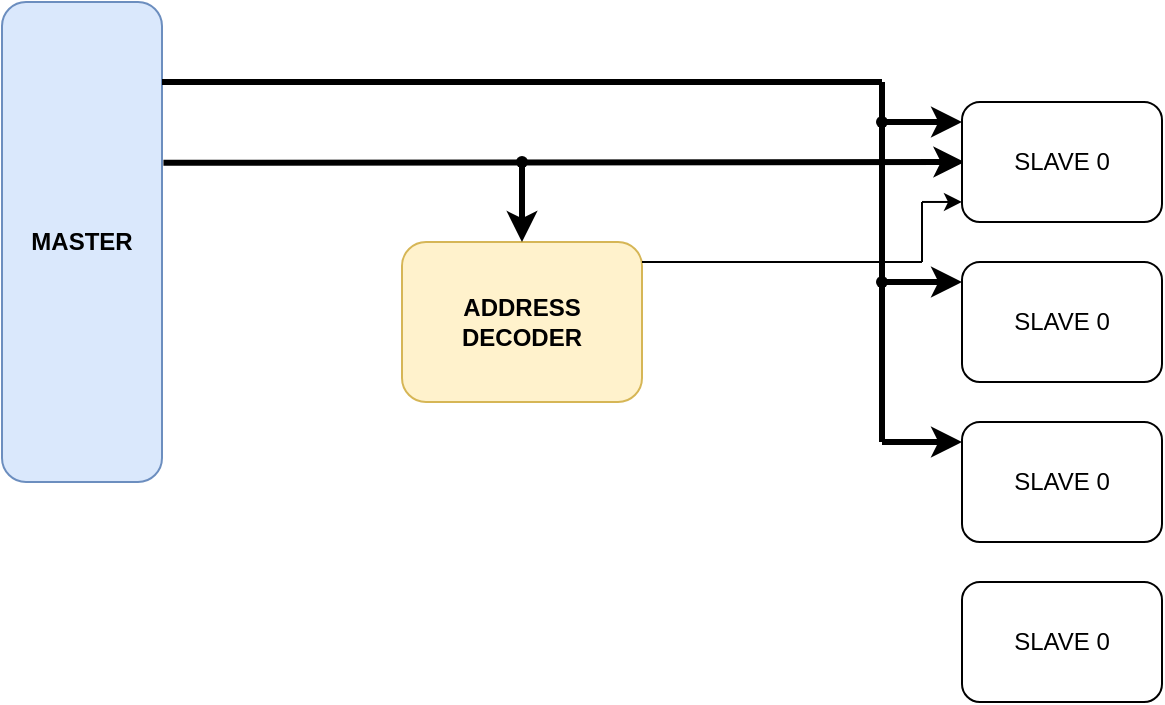
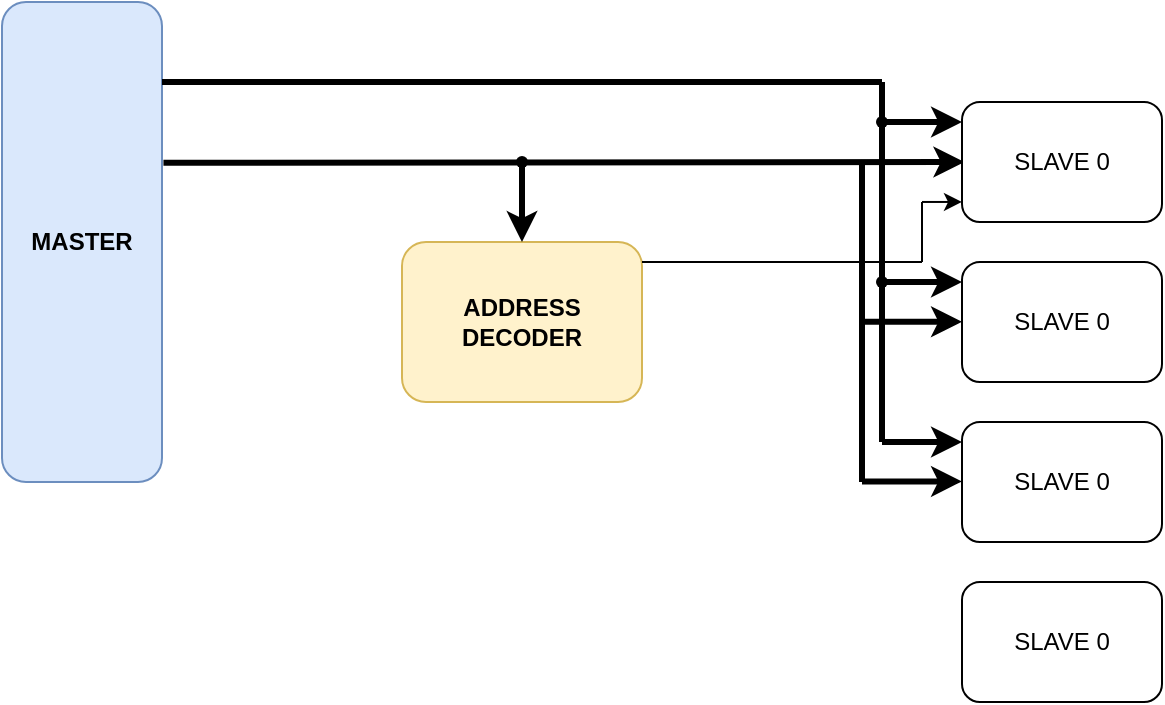
<mxfile host="app.diagrams.net" agent="Mozilla/5.0 (Windows NT 10.0; Win64; x64) AppleWebKit/537.36 (KHTML, like Gecko) Chrome/144.0.0.0 Safari/537.36 Edg/144.0.0.0" pages="4">
  <diagram id="00dOMP4ly3Yvcw6Omt_P" name="AHB Block Diagram">
-     <mxGraphModel dx="147" dy="213" grid="1" gridSize="10" guides="1" tooltips="1" connect="1" arrows="1" fold="1" page="1" pageScale="1" pageWidth="850" pageHeight="1100" math="0" shadow="0">
+     <mxGraphModel dx="212" dy="307" grid="1" gridSize="10" guides="1" tooltips="1" connect="1" arrows="1" fold="1" page="1" pageScale="1" pageWidth="850" pageHeight="1100" math="0" shadow="0">
      <root>
        <mxCell id="0" />
        <mxCell id="1" parent="0" />
        <mxCell id="WVtcaOnAu4kVJNJomXHp-1" parent="1" style="rounded=1;whiteSpace=wrap;html=1;fillColor=#dae8fc;strokeColor=#6c8ebf;" value="&lt;b&gt;MASTER&lt;/b&gt;" vertex="1">
          <mxGeometry height="240" width="80" x="80" y="160" as="geometry" />
        </mxCell>
        <mxCell id="WVtcaOnAu4kVJNJomXHp-3" parent="1" style="rounded=1;whiteSpace=wrap;html=1;fillColor=#fff2cc;strokeColor=#d6b656;" value="&lt;b&gt;ADDRESS DECODER&lt;/b&gt;" vertex="1">
          <mxGeometry height="80" width="120" x="280" y="280" as="geometry" />
        </mxCell>
        <mxCell id="WVtcaOnAu4kVJNJomXHp-4" edge="1" parent="1" source="WVtcaOnAu4kVJNJomXHp-1" style="endArrow=classic;html=1;rounded=0;exitX=1.009;exitY=0.335;exitDx=0;exitDy=0;exitPerimeter=0;strokeWidth=3;" value="">
          <mxGeometry height="50" relative="1" width="50" as="geometry">
            <mxPoint x="170" y="240" as="sourcePoint" />
            <mxPoint x="561.2" y="240" as="targetPoint" />
          </mxGeometry>
        </mxCell>
        <mxCell id="WVtcaOnAu4kVJNJomXHp-5" edge="1" parent="1" source="WVtcaOnAu4kVJNJomXHp-6" style="endArrow=classic;html=1;rounded=0;entryX=0.5;entryY=0;entryDx=0;entryDy=0;strokeWidth=3;" target="WVtcaOnAu4kVJNJomXHp-3" value="">
          <mxGeometry height="50" relative="1" width="50" as="geometry">
            <mxPoint x="340" y="240" as="sourcePoint" />
            <mxPoint x="390" y="190" as="targetPoint" />
          </mxGeometry>
        </mxCell>
        <mxCell id="WVtcaOnAu4kVJNJomXHp-6" parent="1" style="shape=waypoint;sketch=0;fillStyle=solid;size=6;pointerEvents=1;points=[];fillColor=none;resizable=0;rotatable=0;perimeter=centerPerimeter;snapToPoint=1;" value="" vertex="1">
          <mxGeometry height="20" width="20" x="330" y="230" as="geometry" />
        </mxCell>
        <mxCell id="WVtcaOnAu4kVJNJomXHp-7" parent="1" style="rounded=1;whiteSpace=wrap;html=1;" value="SLAVE 0" vertex="1">
          <mxGeometry height="60" width="100" x="560" y="210" as="geometry" />
        </mxCell>
        <mxCell id="WVtcaOnAu4kVJNJomXHp-8" parent="1" style="rounded=1;whiteSpace=wrap;html=1;" value="SLAVE 0" vertex="1">
          <mxGeometry height="60" width="100" x="560" y="290" as="geometry" />
        </mxCell>
        <mxCell id="WVtcaOnAu4kVJNJomXHp-9" parent="1" style="rounded=1;whiteSpace=wrap;html=1;" value="SLAVE 0" vertex="1">
          <mxGeometry height="60" width="100" x="560" y="370" as="geometry" />
        </mxCell>
        <mxCell id="WVtcaOnAu4kVJNJomXHp-10" parent="1" style="rounded=1;whiteSpace=wrap;html=1;" value="SLAVE 0" vertex="1">
          <mxGeometry height="60" width="100" x="560" y="450" as="geometry" />
        </mxCell>
        <mxCell id="WVtcaOnAu4kVJNJomXHp-11" edge="1" parent="1" source="WVtcaOnAu4kVJNJomXHp-3" style="endArrow=none;html=1;rounded=0;exitX=1;exitY=0.125;exitDx=0;exitDy=0;exitPerimeter=0;" value="">
          <mxGeometry height="50" relative="1" width="50" as="geometry">
            <mxPoint x="410" y="290" as="sourcePoint" />
            <mxPoint x="540" y="290" as="targetPoint" />
          </mxGeometry>
        </mxCell>
        <mxCell id="WVtcaOnAu4kVJNJomXHp-12" edge="1" parent="1" style="endArrow=none;html=1;rounded=0;" value="">
          <mxGeometry height="50" relative="1" width="50" as="geometry">
            <mxPoint x="540" y="290" as="sourcePoint" />
            <mxPoint x="540" y="260" as="targetPoint" />
          </mxGeometry>
        </mxCell>
        <mxCell id="WVtcaOnAu4kVJNJomXHp-13" edge="1" parent="1" style="endArrow=classic;html=1;rounded=0;entryX=0;entryY=0.833;entryDx=0;entryDy=0;entryPerimeter=0;" target="WVtcaOnAu4kVJNJomXHp-7" value="">
          <mxGeometry height="50" relative="1" width="50" as="geometry">
            <mxPoint x="540" y="259.98" as="sourcePoint" />
            <mxPoint x="540" y="260" as="targetPoint" />
          </mxGeometry>
        </mxCell>
        <mxCell id="WVtcaOnAu4kVJNJomXHp-18" edge="1" parent="1" style="endArrow=none;html=1;rounded=0;strokeWidth=3;" value="">
          <mxGeometry height="50" relative="1" width="50" as="geometry">
            <mxPoint x="160" y="200" as="sourcePoint" />
            <mxPoint x="520" y="200" as="targetPoint" />
          </mxGeometry>
        </mxCell>
        <mxCell id="WVtcaOnAu4kVJNJomXHp-19" edge="1" parent="1" source="WVtcaOnAu4kVJNJomXHp-25" style="endArrow=none;html=1;rounded=0;strokeWidth=3;" value="">
          <mxGeometry height="50" relative="1" width="50" as="geometry">
            <mxPoint x="520" y="380" as="sourcePoint" />
            <mxPoint x="520" y="200" as="targetPoint" />
          </mxGeometry>
        </mxCell>
        <mxCell id="WVtcaOnAu4kVJNJomXHp-20" edge="1" parent="1" style="endArrow=classic;html=1;rounded=0;entryX=0;entryY=0.167;entryDx=0;entryDy=0;entryPerimeter=0;strokeWidth=3;" target="WVtcaOnAu4kVJNJomXHp-7" value="">
          <mxGeometry height="50" relative="1" width="50" as="geometry">
            <mxPoint x="520" y="220" as="sourcePoint" />
            <mxPoint x="570" y="170" as="targetPoint" />
          </mxGeometry>
        </mxCell>
        <mxCell id="WVtcaOnAu4kVJNJomXHp-22" edge="1" parent="1" style="endArrow=classic;html=1;rounded=0;entryX=0;entryY=0.167;entryDx=0;entryDy=0;entryPerimeter=0;strokeWidth=3;" value="">
          <mxGeometry height="50" relative="1" width="50" as="geometry">
            <mxPoint x="520" y="300" as="sourcePoint" />
            <mxPoint x="560" y="300" as="targetPoint" />
          </mxGeometry>
        </mxCell>
        <mxCell id="WVtcaOnAu4kVJNJomXHp-23" parent="1" style="shape=waypoint;sketch=0;fillStyle=solid;size=6;pointerEvents=1;points=[];fillColor=none;resizable=0;rotatable=0;perimeter=centerPerimeter;snapToPoint=1;" value="" vertex="1">
          <mxGeometry height="20" width="20" x="510" y="210" as="geometry" />
        </mxCell>
        <mxCell id="WVtcaOnAu4kVJNJomXHp-24" edge="1" parent="1" style="endArrow=classic;html=1;rounded=0;entryX=0;entryY=0.167;entryDx=0;entryDy=0;entryPerimeter=0;strokeWidth=3;" value="">
          <mxGeometry height="50" relative="1" width="50" as="geometry">
            <mxPoint x="520" y="380" as="sourcePoint" />
            <mxPoint x="560" y="380" as="targetPoint" />
          </mxGeometry>
        </mxCell>
        <mxCell id="WVtcaOnAu4kVJNJomXHp-26" edge="1" parent="1" style="endArrow=none;html=1;rounded=0;strokeWidth=3;" target="WVtcaOnAu4kVJNJomXHp-25" value="">
          <mxGeometry height="50" relative="1" width="50" as="geometry">
            <mxPoint x="520" y="380" as="sourcePoint" />
            <mxPoint x="520" y="200" as="targetPoint" />
          </mxGeometry>
        </mxCell>
        <mxCell id="WVtcaOnAu4kVJNJomXHp-25" parent="1" style="shape=waypoint;sketch=0;fillStyle=solid;size=6;pointerEvents=1;points=[];fillColor=none;resizable=0;rotatable=0;perimeter=centerPerimeter;snapToPoint=1;" value="" vertex="1">
          <mxGeometry height="20" width="20" x="510" y="290" as="geometry" />
+         </mxCell>
+         <mxCell id="WVtcaOnAu4kVJNJomXHp-27" edge="1" parent="1" style="endArrow=none;html=1;rounded=0;strokeWidth=3;" value="">
+           <mxGeometry height="50" relative="1" width="50" as="geometry">
+             <mxPoint x="510" y="400" as="sourcePoint" />
+             <mxPoint x="510" y="240" as="targetPoint" />
+           </mxGeometry>
+         </mxCell>
+         <mxCell id="WVtcaOnAu4kVJNJomXHp-28" edge="1" parent="1" style="endArrow=classic;html=1;rounded=0;entryX=0;entryY=0.167;entryDx=0;entryDy=0;entryPerimeter=0;strokeWidth=3;" value="">
+           <mxGeometry height="50" relative="1" width="50" as="geometry">
+             <mxPoint x="510" y="399.72" as="sourcePoint" />
+             <mxPoint x="560" y="399.72" as="targetPoint" />
+           </mxGeometry>
+         </mxCell>
+         <mxCell id="WVtcaOnAu4kVJNJomXHp-29" edge="1" parent="1" style="endArrow=classic;html=1;rounded=0;entryX=0;entryY=0.167;entryDx=0;entryDy=0;entryPerimeter=0;strokeWidth=3;" value="">
+           <mxGeometry height="50" relative="1" width="50" as="geometry">
+             <mxPoint x="510" y="319.86" as="sourcePoint" />
+             <mxPoint x="560" y="319.86" as="targetPoint" />
+           </mxGeometry>
        </mxCell>
      </root>
    </mxGraphModel>
  </diagram>
  <diagram name="AHB Interface" id="AxdGKtdG9Rmgfqjtrl1U">
    <mxGraphModel dx="2046" dy="1106" grid="1" gridSize="10" guides="1" tooltips="1" connect="1" arrows="1" fold="1" page="1" pageScale="1" pageWidth="850" pageHeight="1100" math="0" shadow="0">
      <root>
        <mxCell id="0" />
        <mxCell id="1" parent="0" />
        <mxCell id="BZ9neWvH9tw47nREzwFn-1" parent="1" style="rounded=0;whiteSpace=wrap;html=1;" value="&lt;font style=&quot;font-size: 16px;&quot;&gt;&lt;b&gt;Manager&lt;/b&gt;&lt;/font&gt;" vertex="1">
          <mxGeometry height="200" width="120" x="400" y="80" as="geometry" />
        </mxCell>
        <mxCell id="BZ9neWvH9tw47nREzwFn-2" edge="1" parent="1" style="endArrow=classic;html=1;rounded=0;" value="">
          <mxGeometry height="50" relative="1" width="50" as="geometry">
            <mxPoint x="360" y="100" as="sourcePoint" />
            <mxPoint x="400" y="100" as="targetPoint" />
          </mxGeometry>
        </mxCell>
        <mxCell id="BZ9neWvH9tw47nREzwFn-3" edge="1" parent="1" style="endArrow=classic;html=1;rounded=0;" value="">
          <mxGeometry height="50" relative="1" width="50" as="geometry">
            <mxPoint x="360" y="120" as="sourcePoint" />
            <mxPoint x="400" y="120" as="targetPoint" />
          </mxGeometry>
        </mxCell>
        <mxCell id="BZ9neWvH9tw47nREzwFn-4" parent="1" style="text;html=1;whiteSpace=wrap;strokeColor=none;fillColor=none;align=center;verticalAlign=middle;rounded=0;fontStyle=1" value="HCLK" vertex="1">
          <mxGeometry height="20" width="40" x="320" y="90" as="geometry" />
        </mxCell>
        <mxCell id="BZ9neWvH9tw47nREzwFn-5" parent="1" style="text;html=1;whiteSpace=wrap;strokeColor=none;fillColor=none;align=center;verticalAlign=middle;rounded=0;fontStyle=1" value="HRESETn" vertex="1">
          <mxGeometry height="20" width="60" x="300" y="110" as="geometry" />
        </mxCell>
        <mxCell id="BZ9neWvH9tw47nREzwFn-6" parent="1" style="text;html=1;whiteSpace=wrap;strokeColor=none;fillColor=none;align=center;verticalAlign=middle;rounded=0;fontStyle=1" value="HREADY" vertex="1">
          <mxGeometry height="20" width="60" x="300" y="150" as="geometry" />
        </mxCell>
        <mxCell id="BZ9neWvH9tw47nREzwFn-7" edge="1" parent="1" style="endArrow=classic;html=1;rounded=0;" value="">
          <mxGeometry height="50" relative="1" width="50" as="geometry">
            <mxPoint x="360" y="160" as="sourcePoint" />
            <mxPoint x="400" y="160" as="targetPoint" />
          </mxGeometry>
        </mxCell>
        <mxCell id="BZ9neWvH9tw47nREzwFn-8" edge="1" parent="1" style="endArrow=classic;html=1;rounded=0;" value="">
          <mxGeometry height="50" relative="1" width="50" as="geometry">
            <mxPoint x="360" y="180" as="sourcePoint" />
            <mxPoint x="400" y="180" as="targetPoint" />
          </mxGeometry>
        </mxCell>
        <mxCell id="BZ9neWvH9tw47nREzwFn-9" parent="1" style="text;html=1;whiteSpace=wrap;strokeColor=none;fillColor=none;align=center;verticalAlign=middle;rounded=0;fontStyle=1" value="HSELx" vertex="1">
          <mxGeometry height="20" width="60" x="310" y="430" as="geometry" />
        </mxCell>
        <mxCell id="BZ9neWvH9tw47nREzwFn-10" edge="1" parent="1" style="endArrow=classic;html=1;rounded=0;" value="">
          <mxGeometry height="50" relative="1" width="50" as="geometry">
            <mxPoint x="360" y="260" as="sourcePoint" />
            <mxPoint x="400" y="260" as="targetPoint" />
          </mxGeometry>
        </mxCell>
        <mxCell id="BZ9neWvH9tw47nREzwFn-11" parent="1" style="text;html=1;whiteSpace=wrap;strokeColor=none;fillColor=none;align=center;verticalAlign=middle;rounded=0;fontStyle=1" value="HRDATA[31:0]" vertex="1">
          <mxGeometry height="20" width="90" x="270" y="250" as="geometry" />
        </mxCell>
        <mxCell id="BZ9neWvH9tw47nREzwFn-12" edge="1" parent="1" style="endArrow=classic;html=1;rounded=0;" value="">
          <mxGeometry height="50" relative="1" width="50" as="geometry">
            <mxPoint x="520" y="99.83" as="sourcePoint" />
            <mxPoint x="560" y="99.83" as="targetPoint" />
          </mxGeometry>
        </mxCell>
        <mxCell id="BZ9neWvH9tw47nREzwFn-13" edge="1" parent="1" style="endArrow=classic;html=1;rounded=0;" value="">
          <mxGeometry height="50" relative="1" width="50" as="geometry">
            <mxPoint x="520" y="119.83" as="sourcePoint" />
            <mxPoint x="560" y="119.83" as="targetPoint" />
          </mxGeometry>
        </mxCell>
        <mxCell id="BZ9neWvH9tw47nREzwFn-14" edge="1" parent="1" style="endArrow=classic;html=1;rounded=0;" value="">
          <mxGeometry height="50" relative="1" width="50" as="geometry">
            <mxPoint x="520" y="159.83" as="sourcePoint" />
            <mxPoint x="560" y="159.83" as="targetPoint" />
          </mxGeometry>
        </mxCell>
        <mxCell id="BZ9neWvH9tw47nREzwFn-15" edge="1" parent="1" style="endArrow=classic;html=1;rounded=0;" value="">
          <mxGeometry height="50" relative="1" width="50" as="geometry">
            <mxPoint x="520" y="140" as="sourcePoint" />
            <mxPoint x="560" y="140" as="targetPoint" />
          </mxGeometry>
        </mxCell>
        <mxCell id="BZ9neWvH9tw47nREzwFn-16" edge="1" parent="1" style="endArrow=classic;html=1;rounded=0;" value="">
          <mxGeometry height="50" relative="1" width="50" as="geometry">
            <mxPoint x="520" y="179.83" as="sourcePoint" />
            <mxPoint x="560" y="179.83" as="targetPoint" />
          </mxGeometry>
        </mxCell>
        <mxCell id="BZ9neWvH9tw47nREzwFn-17" edge="1" parent="1" style="endArrow=classic;html=1;rounded=0;" value="">
          <mxGeometry height="50" relative="1" width="50" as="geometry">
            <mxPoint x="520" y="200" as="sourcePoint" />
            <mxPoint x="560" y="200" as="targetPoint" />
          </mxGeometry>
        </mxCell>
        <mxCell id="BZ9neWvH9tw47nREzwFn-18" parent="1" style="text;html=1;whiteSpace=wrap;strokeColor=none;fillColor=none;align=center;verticalAlign=middle;rounded=0;fontStyle=1" value="HADDR[31:0]" vertex="1">
          <mxGeometry height="20" width="80" x="560" y="90" as="geometry" />
        </mxCell>
        <mxCell id="BZ9neWvH9tw47nREzwFn-19" parent="1" style="text;html=1;whiteSpace=wrap;strokeColor=none;fillColor=none;align=center;verticalAlign=middle;rounded=0;fontStyle=1" value="HWRITE" vertex="1">
          <mxGeometry height="20" width="60" x="560" y="110" as="geometry" />
        </mxCell>
        <mxCell id="BZ9neWvH9tw47nREzwFn-20" parent="1" style="text;html=1;whiteSpace=wrap;strokeColor=none;fillColor=none;align=center;verticalAlign=middle;rounded=0;fontStyle=1" value="HSIZE[2:0]" vertex="1">
          <mxGeometry height="20" width="70" x="560" y="130" as="geometry" />
        </mxCell>
        <mxCell id="BZ9neWvH9tw47nREzwFn-21" parent="1" style="text;html=1;whiteSpace=wrap;strokeColor=none;fillColor=none;align=center;verticalAlign=middle;rounded=0;fontStyle=1" value="HBURST[2:0]" vertex="1">
          <mxGeometry height="20" width="80" x="560" y="150" as="geometry" />
        </mxCell>
        <mxCell id="BZ9neWvH9tw47nREzwFn-22" parent="1" style="text;html=1;whiteSpace=wrap;strokeColor=none;fillColor=none;align=center;verticalAlign=middle;rounded=0;fontStyle=1" value="HPROT[3:0]" vertex="1">
          <mxGeometry height="20" width="80" x="560" y="170" as="geometry" />
        </mxCell>
        <mxCell id="BZ9neWvH9tw47nREzwFn-23" parent="1" style="text;html=1;whiteSpace=wrap;strokeColor=none;fillColor=none;align=center;verticalAlign=middle;rounded=0;fontStyle=1" value="HTRANS[1:0]" vertex="1">
          <mxGeometry height="20" width="80" x="560" y="190" as="geometry" />
        </mxCell>
        <mxCell id="BZ9neWvH9tw47nREzwFn-24" edge="1" parent="1" style="endArrow=classic;html=1;rounded=0;" value="">
          <mxGeometry height="50" relative="1" width="50" as="geometry">
            <mxPoint x="520" y="220" as="sourcePoint" />
            <mxPoint x="560" y="220" as="targetPoint" />
          </mxGeometry>
        </mxCell>
        <mxCell id="BZ9neWvH9tw47nREzwFn-25" parent="1" style="text;html=1;whiteSpace=wrap;strokeColor=none;fillColor=none;align=center;verticalAlign=middle;rounded=0;fontStyle=1" value="HMASTLOCK" vertex="1">
          <mxGeometry height="20" width="80" x="560" y="210" as="geometry" />
        </mxCell>
        <mxCell id="BZ9neWvH9tw47nREzwFn-26" edge="1" parent="1" style="endArrow=classic;html=1;rounded=0;" value="">
          <mxGeometry height="50" relative="1" width="50" as="geometry">
            <mxPoint x="520" y="259.8" as="sourcePoint" />
            <mxPoint x="560" y="259.8" as="targetPoint" />
          </mxGeometry>
        </mxCell>
        <mxCell id="BZ9neWvH9tw47nREzwFn-30" parent="1" style="text;html=1;whiteSpace=wrap;strokeColor=none;fillColor=none;align=center;verticalAlign=middle;rounded=0;fontStyle=1" value="HWDATA[31:0]" vertex="1">
          <mxGeometry height="20" width="95" x="555" y="250" as="geometry" />
        </mxCell>
        <mxCell id="BZ9neWvH9tw47nREzwFn-31" parent="1" style="rounded=0;whiteSpace=wrap;html=1;" value="&lt;font style=&quot;font-size: 16px;&quot;&gt;&lt;b&gt;Slave&lt;/b&gt;&lt;/font&gt;" vertex="1">
          <mxGeometry height="320" width="120" x="400" y="360" as="geometry" />
        </mxCell>
        <mxCell id="BZ9neWvH9tw47nREzwFn-32" edge="1" parent="1" style="endArrow=classic;html=1;rounded=0;" value="">
          <mxGeometry height="50" relative="1" width="50" as="geometry">
            <mxPoint x="360" y="489.83" as="sourcePoint" />
            <mxPoint x="400" y="489.83" as="targetPoint" />
          </mxGeometry>
        </mxCell>
        <mxCell id="BZ9neWvH9tw47nREzwFn-33" edge="1" parent="1" style="endArrow=classic;html=1;rounded=0;" value="">
          <mxGeometry height="50" relative="1" width="50" as="geometry">
            <mxPoint x="360" y="509.83" as="sourcePoint" />
            <mxPoint x="400" y="509.83" as="targetPoint" />
          </mxGeometry>
        </mxCell>
        <mxCell id="BZ9neWvH9tw47nREzwFn-34" edge="1" parent="1" style="endArrow=classic;html=1;rounded=0;" value="">
          <mxGeometry height="50" relative="1" width="50" as="geometry">
            <mxPoint x="360" y="549.83" as="sourcePoint" />
            <mxPoint x="400" y="549.83" as="targetPoint" />
          </mxGeometry>
        </mxCell>
        <mxCell id="BZ9neWvH9tw47nREzwFn-35" edge="1" parent="1" style="endArrow=classic;html=1;rounded=0;" value="">
          <mxGeometry height="50" relative="1" width="50" as="geometry">
            <mxPoint x="360" y="530" as="sourcePoint" />
            <mxPoint x="400" y="530" as="targetPoint" />
          </mxGeometry>
        </mxCell>
        <mxCell id="BZ9neWvH9tw47nREzwFn-36" edge="1" parent="1" style="endArrow=classic;html=1;rounded=0;" value="">
          <mxGeometry height="50" relative="1" width="50" as="geometry">
            <mxPoint x="360" y="569.83" as="sourcePoint" />
            <mxPoint x="400" y="569.83" as="targetPoint" />
          </mxGeometry>
        </mxCell>
        <mxCell id="BZ9neWvH9tw47nREzwFn-37" edge="1" parent="1" style="endArrow=classic;html=1;rounded=0;" value="">
          <mxGeometry height="50" relative="1" width="50" as="geometry">
            <mxPoint x="360" y="590" as="sourcePoint" />
            <mxPoint x="400" y="590" as="targetPoint" />
          </mxGeometry>
        </mxCell>
        <mxCell id="BZ9neWvH9tw47nREzwFn-38" parent="1" style="text;html=1;whiteSpace=wrap;strokeColor=none;fillColor=none;align=center;verticalAlign=middle;rounded=0;fontStyle=1" value="HADDR[31:0]" vertex="1">
          <mxGeometry height="20" width="80" x="275" y="480" as="geometry" />
        </mxCell>
        <mxCell id="BZ9neWvH9tw47nREzwFn-39" parent="1" style="text;html=1;whiteSpace=wrap;strokeColor=none;fillColor=none;align=center;verticalAlign=middle;rounded=0;fontStyle=1" value="HWRITE" vertex="1">
          <mxGeometry height="20" width="60" x="275" y="500" as="geometry" />
        </mxCell>
        <mxCell id="BZ9neWvH9tw47nREzwFn-40" parent="1" style="text;html=1;whiteSpace=wrap;strokeColor=none;fillColor=none;align=center;verticalAlign=middle;rounded=0;fontStyle=1" value="HSIZE[2:0]" vertex="1">
          <mxGeometry height="20" width="70" x="275" y="520" as="geometry" />
        </mxCell>
        <mxCell id="BZ9neWvH9tw47nREzwFn-41" parent="1" style="text;html=1;whiteSpace=wrap;strokeColor=none;fillColor=none;align=center;verticalAlign=middle;rounded=0;fontStyle=1" value="HBURST[2:0]" vertex="1">
          <mxGeometry height="20" width="80" x="275" y="540" as="geometry" />
        </mxCell>
        <mxCell id="BZ9neWvH9tw47nREzwFn-42" parent="1" style="text;html=1;whiteSpace=wrap;strokeColor=none;fillColor=none;align=center;verticalAlign=middle;rounded=0;fontStyle=1" value="HPROT[3:0]" vertex="1">
          <mxGeometry height="20" width="80" x="275" y="560" as="geometry" />
        </mxCell>
        <mxCell id="BZ9neWvH9tw47nREzwFn-43" parent="1" style="text;html=1;whiteSpace=wrap;strokeColor=none;fillColor=none;align=center;verticalAlign=middle;rounded=0;fontStyle=1" value="HTRANS[1:0]" vertex="1">
          <mxGeometry height="20" width="80" x="275" y="580" as="geometry" />
        </mxCell>
        <mxCell id="BZ9neWvH9tw47nREzwFn-44" edge="1" parent="1" style="endArrow=classic;html=1;rounded=0;" value="">
          <mxGeometry height="50" relative="1" width="50" as="geometry">
            <mxPoint x="360" y="610" as="sourcePoint" />
            <mxPoint x="400" y="610" as="targetPoint" />
          </mxGeometry>
        </mxCell>
        <mxCell id="BZ9neWvH9tw47nREzwFn-45" parent="1" style="text;html=1;whiteSpace=wrap;strokeColor=none;fillColor=none;align=center;verticalAlign=middle;rounded=0;fontStyle=1" value="HMASTLOCK" vertex="1">
          <mxGeometry height="20" width="80" x="275" y="600" as="geometry" />
        </mxCell>
        <mxCell id="BZ9neWvH9tw47nREzwFn-46" edge="1" parent="1" style="endArrow=classic;html=1;rounded=0;" value="">
          <mxGeometry height="50" relative="1" width="50" as="geometry">
            <mxPoint x="360" y="649.8" as="sourcePoint" />
            <mxPoint x="400" y="649.8" as="targetPoint" />
          </mxGeometry>
        </mxCell>
        <mxCell id="BZ9neWvH9tw47nREzwFn-47" parent="1" style="text;html=1;whiteSpace=wrap;strokeColor=none;fillColor=none;align=center;verticalAlign=middle;rounded=0;fontStyle=1" value="HWDATA[31:0]" vertex="1">
          <mxGeometry height="20" width="95" x="270" y="640" as="geometry" />
        </mxCell>
        <mxCell id="BZ9neWvH9tw47nREzwFn-49" edge="1" parent="1" style="endArrow=classic;html=1;rounded=0;" value="">
          <mxGeometry height="50" relative="1" width="50" as="geometry">
            <mxPoint x="360" y="380" as="sourcePoint" />
            <mxPoint x="400" y="380" as="targetPoint" />
          </mxGeometry>
        </mxCell>
        <mxCell id="BZ9neWvH9tw47nREzwFn-50" edge="1" parent="1" style="endArrow=classic;html=1;rounded=0;" value="">
          <mxGeometry height="50" relative="1" width="50" as="geometry">
            <mxPoint x="360" y="400" as="sourcePoint" />
            <mxPoint x="400" y="400" as="targetPoint" />
          </mxGeometry>
        </mxCell>
        <mxCell id="BZ9neWvH9tw47nREzwFn-51" edge="1" parent="1" style="endArrow=classic;html=1;rounded=0;" value="">
          <mxGeometry height="50" relative="1" width="50" as="geometry">
            <mxPoint x="360" y="440" as="sourcePoint" />
            <mxPoint x="400" y="440" as="targetPoint" />
          </mxGeometry>
        </mxCell>
        <mxCell id="BZ9neWvH9tw47nREzwFn-52" parent="1" style="text;html=1;whiteSpace=wrap;strokeColor=none;fillColor=none;align=center;verticalAlign=middle;rounded=0;fontStyle=1" value="HCLK" vertex="1">
          <mxGeometry height="20" width="40" x="320" y="370" as="geometry" />
        </mxCell>
        <mxCell id="BZ9neWvH9tw47nREzwFn-53" parent="1" style="text;html=1;whiteSpace=wrap;strokeColor=none;fillColor=none;align=center;verticalAlign=middle;rounded=0;fontStyle=1" value="HRESETn" vertex="1">
          <mxGeometry height="20" width="60" x="300" y="390" as="geometry" />
        </mxCell>
        <mxCell id="BZ9neWvH9tw47nREzwFn-54" parent="1" style="shape=curlyBracket;whiteSpace=wrap;html=1;rounded=1;labelPosition=left;verticalLabelPosition=middle;align=right;verticalAlign=middle;" value="" vertex="1">
          <mxGeometry height="35" width="20" x="230" y="90" as="geometry" />
        </mxCell>
        <mxCell id="BZ9neWvH9tw47nREzwFn-55" parent="1" style="text;html=1;whiteSpace=wrap;strokeColor=none;fillColor=none;align=center;verticalAlign=middle;rounded=0;fontStyle=1" value="HRESP" vertex="1">
          <mxGeometry height="20" width="60" x="300" y="170" as="geometry" />
        </mxCell>
        <mxCell id="BZ9neWvH9tw47nREzwFn-56" parent="1" style="shape=curlyBracket;whiteSpace=wrap;html=1;rounded=1;labelPosition=left;verticalLabelPosition=middle;align=right;verticalAlign=middle;" value="" vertex="1">
          <mxGeometry height="140" width="20" x="230" y="480" as="geometry" />
        </mxCell>
        <mxCell id="BZ9neWvH9tw47nREzwFn-57" parent="1" style="shape=curlyBracket;whiteSpace=wrap;html=1;rounded=1;labelPosition=left;verticalLabelPosition=middle;align=right;verticalAlign=middle;rotation=-180;" value="" vertex="1">
          <mxGeometry height="135" width="20" x="650" y="90" as="geometry" />
        </mxCell>
        <mxCell id="BZ9neWvH9tw47nREzwFn-58" parent="1" style="text;html=1;whiteSpace=wrap;strokeColor=none;fillColor=none;align=center;verticalAlign=middle;rounded=0;fontStyle=1" value="&lt;span style=&quot;font-weight: normal;&quot;&gt;Global signals&lt;/span&gt;" vertex="1">
          <mxGeometry height="20" width="90" x="140" y="97.5" as="geometry" />
        </mxCell>
        <mxCell id="BZ9neWvH9tw47nREzwFn-59" parent="1" style="text;html=1;whiteSpace=wrap;strokeColor=none;fillColor=none;align=center;verticalAlign=middle;rounded=0;fontStyle=1" value="&lt;span style=&quot;font-weight: normal;&quot;&gt;Transfer response&lt;/span&gt;" vertex="1">
          <mxGeometry height="20" width="60" x="170" y="157.5" as="geometry" />
        </mxCell>
        <mxCell id="BZ9neWvH9tw47nREzwFn-60" parent="1" style="text;html=1;whiteSpace=wrap;strokeColor=none;fillColor=none;align=center;verticalAlign=middle;rounded=0;fontStyle=1" value="&lt;span style=&quot;font-weight: normal;&quot;&gt;Data&lt;/span&gt;" vertex="1">
          <mxGeometry height="20" width="60" x="170" y="250" as="geometry" />
        </mxCell>
        <mxCell id="BZ9neWvH9tw47nREzwFn-61" parent="1" style="text;html=1;whiteSpace=wrap;strokeColor=none;fillColor=none;align=center;verticalAlign=middle;rounded=0;fontStyle=1" value="&lt;span style=&quot;font-weight: normal;&quot;&gt;Address and control signals&lt;/span&gt;" vertex="1">
          <mxGeometry height="37.5" width="90" x="670" y="140" as="geometry" />
        </mxCell>
        <mxCell id="BZ9neWvH9tw47nREzwFn-62" parent="1" style="shape=curlyBracket;whiteSpace=wrap;html=1;rounded=1;labelPosition=left;verticalLabelPosition=middle;align=right;verticalAlign=middle;" value="" vertex="1">
          <mxGeometry height="35" width="20" x="230" y="150" as="geometry" />
        </mxCell>
        <mxCell id="BZ9neWvH9tw47nREzwFn-63" parent="1" style="text;html=1;whiteSpace=wrap;strokeColor=none;fillColor=none;align=center;verticalAlign=middle;rounded=0;fontStyle=1" value="&lt;span style=&quot;font-weight: normal;&quot;&gt;Address and control signals&lt;/span&gt;" vertex="1">
          <mxGeometry height="37.5" width="90" x="140" y="531" as="geometry" />
        </mxCell>
        <mxCell id="BZ9neWvH9tw47nREzwFn-64" parent="1" style="shape=curlyBracket;whiteSpace=wrap;html=1;rounded=1;labelPosition=left;verticalLabelPosition=middle;align=right;verticalAlign=middle;" value="" vertex="1">
          <mxGeometry height="35" width="20" x="230" y="375" as="geometry" />
        </mxCell>
        <mxCell id="BZ9neWvH9tw47nREzwFn-65" parent="1" style="text;html=1;whiteSpace=wrap;strokeColor=none;fillColor=none;align=center;verticalAlign=middle;rounded=0;fontStyle=1" value="&lt;span style=&quot;font-weight: normal;&quot;&gt;Global signals&lt;/span&gt;" vertex="1">
          <mxGeometry height="20" width="90" x="140" y="382.5" as="geometry" />
        </mxCell>
        <mxCell id="BZ9neWvH9tw47nREzwFn-66" parent="1" style="text;html=1;whiteSpace=wrap;strokeColor=none;fillColor=none;align=center;verticalAlign=middle;rounded=0;fontStyle=1" value="&lt;span style=&quot;font-weight: normal;&quot;&gt;Data&lt;/span&gt;" vertex="1">
          <mxGeometry height="20" width="60" x="670" y="250" as="geometry" />
        </mxCell>
        <mxCell id="BZ9neWvH9tw47nREzwFn-67" edge="1" parent="1" style="endArrow=classic;html=1;rounded=0;" value="">
          <mxGeometry height="50" relative="1" width="50" as="geometry">
            <mxPoint x="520" y="490" as="sourcePoint" />
            <mxPoint x="560" y="490" as="targetPoint" />
          </mxGeometry>
        </mxCell>
        <mxCell id="BZ9neWvH9tw47nREzwFn-68" edge="1" parent="1" style="endArrow=classic;html=1;rounded=0;" value="">
          <mxGeometry height="50" relative="1" width="50" as="geometry">
            <mxPoint x="520" y="510" as="sourcePoint" />
            <mxPoint x="560" y="510" as="targetPoint" />
          </mxGeometry>
        </mxCell>
        <mxCell id="BZ9neWvH9tw47nREzwFn-69" parent="1" style="text;html=1;whiteSpace=wrap;strokeColor=none;fillColor=none;align=center;verticalAlign=middle;rounded=0;fontStyle=1" value="HREADY" vertex="1">
          <mxGeometry height="20" width="60" x="560" y="480" as="geometry" />
        </mxCell>
        <mxCell id="BZ9neWvH9tw47nREzwFn-70" parent="1" style="text;html=1;whiteSpace=wrap;strokeColor=none;fillColor=none;align=center;verticalAlign=middle;rounded=0;fontStyle=1" value="HRESP" vertex="1">
          <mxGeometry height="20" width="60" x="560" y="500" as="geometry" />
        </mxCell>
        <mxCell id="BZ9neWvH9tw47nREzwFn-71" edge="1" parent="1" style="endArrow=classic;html=1;rounded=0;" value="">
          <mxGeometry height="50" relative="1" width="50" as="geometry">
            <mxPoint x="520" y="649.6600000000001" as="sourcePoint" />
            <mxPoint x="560" y="649.6600000000001" as="targetPoint" />
          </mxGeometry>
        </mxCell>
        <mxCell id="BZ9neWvH9tw47nREzwFn-72" parent="1" style="text;html=1;whiteSpace=wrap;strokeColor=none;fillColor=none;align=center;verticalAlign=middle;rounded=0;fontStyle=1" value="HRDATA[31:0]" vertex="1">
          <mxGeometry height="20" width="90" x="560" y="640" as="geometry" />
        </mxCell>
        <mxCell id="BZ9neWvH9tw47nREzwFn-73" parent="1" style="text;html=1;whiteSpace=wrap;strokeColor=none;fillColor=none;align=center;verticalAlign=middle;rounded=0;fontStyle=1" value="&lt;span style=&quot;font-weight: normal;&quot;&gt;Data&lt;/span&gt;" vertex="1">
          <mxGeometry height="20" width="60" x="155" y="640" as="geometry" />
        </mxCell>
        <mxCell id="BZ9neWvH9tw47nREzwFn-74" parent="1" style="text;html=1;whiteSpace=wrap;strokeColor=none;fillColor=none;align=center;verticalAlign=middle;rounded=0;fontStyle=1" value="&lt;span style=&quot;font-weight: normal;&quot;&gt;Data&lt;/span&gt;" vertex="1">
          <mxGeometry height="20" width="50" x="675" y="640" as="geometry" />
        </mxCell>
        <mxCell id="BZ9neWvH9tw47nREzwFn-75" parent="1" style="text;html=1;whiteSpace=wrap;strokeColor=none;fillColor=none;align=center;verticalAlign=middle;rounded=0;fontStyle=1" value="&lt;span style=&quot;font-weight: normal;&quot;&gt;Transfer response&lt;/span&gt;" vertex="1">
          <mxGeometry height="20" width="60" x="670" y="487.5" as="geometry" />
        </mxCell>
        <mxCell id="BZ9neWvH9tw47nREzwFn-76" parent="1" style="shape=curlyBracket;whiteSpace=wrap;html=1;rounded=1;labelPosition=left;verticalLabelPosition=middle;align=right;verticalAlign=middle;rotation=-180;" value="" vertex="1">
          <mxGeometry height="35" width="20" x="640" y="480" as="geometry" />
        </mxCell>
        <mxCell id="BZ9neWvH9tw47nREzwFn-77" parent="1" style="text;html=1;whiteSpace=wrap;strokeColor=none;fillColor=none;align=center;verticalAlign=middle;rounded=0;fontStyle=1" value="&lt;span style=&quot;font-weight: normal;&quot;&gt;Select signal&lt;/span&gt;" vertex="1">
          <mxGeometry height="20" width="90" x="140" y="430" as="geometry" />
        </mxCell>
      </root>
    </mxGraphModel>
  </diagram>
  <diagram id="Hd4ECfvz_bm4RMetZK8C" name="Master Interface">
    <mxGraphModel dx="764" dy="1105" grid="1" gridSize="10" guides="1" tooltips="1" connect="1" arrows="1" fold="1" page="1" pageScale="1" pageWidth="850" pageHeight="1100" math="0" shadow="0">
      <root>
        <mxCell id="0" />
        <mxCell id="1" parent="0" />
      </root>
    </mxGraphModel>
  </diagram>
  <diagram id="AYzUWjTrgIps4r00h7mQ" name="Master FSM">
    <mxGraphModel dx="437" dy="631" grid="1" gridSize="10" guides="1" tooltips="1" connect="1" arrows="1" fold="1" page="1" pageScale="1" pageWidth="850" pageHeight="1100" math="0" shadow="0">
      <root>
        <mxCell id="0" />
        <mxCell id="1" parent="0" />
        <mxCell id="gUlQ52oibdo8bB1fHUDe-6" edge="1" parent="1" source="gUlQ52oibdo8bB1fHUDe-1" style="edgeStyle=orthogonalEdgeStyle;rounded=0;orthogonalLoop=1;jettySize=auto;html=1;exitX=1;exitY=0.5;exitDx=0;exitDy=0;entryX=0;entryY=0.5;entryDx=0;entryDy=0;" target="gUlQ52oibdo8bB1fHUDe-2">
          <mxGeometry relative="1" as="geometry" />
        </mxCell>
        <mxCell id="gUlQ52oibdo8bB1fHUDe-8" edge="1" parent="1" source="gUlQ52oibdo8bB1fHUDe-1" style="edgeStyle=orthogonalEdgeStyle;rounded=0;orthogonalLoop=1;jettySize=auto;html=1;entryX=0.5;entryY=0;entryDx=0;entryDy=0;" target="gUlQ52oibdo8bB1fHUDe-5">
          <mxGeometry relative="1" as="geometry" />
        </mxCell>
        <mxCell id="gUlQ52oibdo8bB1fHUDe-1" parent="1" style="ellipse;whiteSpace=wrap;html=1;" value="IDLE" vertex="1">
          <mxGeometry height="80" width="120" x="200" y="200" as="geometry" />
        </mxCell>
        <mxCell id="gUlQ52oibdo8bB1fHUDe-7" edge="1" parent="1" source="gUlQ52oibdo8bB1fHUDe-2" style="edgeStyle=orthogonalEdgeStyle;rounded=0;orthogonalLoop=1;jettySize=auto;html=1;entryX=0.5;entryY=0;entryDx=0;entryDy=0;" target="gUlQ52oibdo8bB1fHUDe-3">
          <mxGeometry relative="1" as="geometry" />
        </mxCell>
        <mxCell id="gUlQ52oibdo8bB1fHUDe-2" parent="1" style="ellipse;whiteSpace=wrap;html=1;" value="WR_ADDR_PHASE" vertex="1">
          <mxGeometry height="80" width="120" x="440" y="200" as="geometry" />
        </mxCell>
        <mxCell id="gUlQ52oibdo8bB1fHUDe-10" edge="1" parent="1" source="gUlQ52oibdo8bB1fHUDe-3" style="edgeStyle=orthogonalEdgeStyle;rounded=0;orthogonalLoop=1;jettySize=auto;html=1;entryX=0.5;entryY=0;entryDx=0;entryDy=0;" target="gUlQ52oibdo8bB1fHUDe-9">
          <mxGeometry relative="1" as="geometry" />
        </mxCell>
        <mxCell id="8WBKzOnGMAMBHIHuB8Qa-4" edge="1" parent="1" source="gUlQ52oibdo8bB1fHUDe-3" style="edgeStyle=orthogonalEdgeStyle;rounded=0;orthogonalLoop=1;jettySize=auto;html=1;entryX=1;entryY=0.5;entryDx=0;entryDy=0;" target="gUlQ52oibdo8bB1fHUDe-5">
          <mxGeometry relative="1" as="geometry" />
        </mxCell>
        <mxCell id="gUlQ52oibdo8bB1fHUDe-3" parent="1" style="ellipse;whiteSpace=wrap;html=1;" value="WR_DATA_PHASE" vertex="1">
          <mxGeometry height="80" width="120" x="440" y="360" as="geometry" />
        </mxCell>
        <mxCell id="gUlQ52oibdo8bB1fHUDe-11" edge="1" parent="1" source="gUlQ52oibdo8bB1fHUDe-4" style="edgeStyle=orthogonalEdgeStyle;rounded=0;orthogonalLoop=1;jettySize=auto;html=1;entryX=0;entryY=0.5;entryDx=0;entryDy=0;" target="gUlQ52oibdo8bB1fHUDe-9">
          <mxGeometry relative="1" as="geometry" />
        </mxCell>
        <mxCell id="8WBKzOnGMAMBHIHuB8Qa-6" edge="1" parent="1" source="gUlQ52oibdo8bB1fHUDe-4" style="edgeStyle=orthogonalEdgeStyle;rounded=0;orthogonalLoop=1;jettySize=auto;html=1;exitX=0;exitY=0.5;exitDx=0;exitDy=0;entryX=0;entryY=0.5;entryDx=0;entryDy=0;" target="gUlQ52oibdo8bB1fHUDe-1">
          <mxGeometry relative="1" as="geometry">
            <Array as="points">
              <mxPoint x="160.03" y="560.03" />
              <mxPoint x="160.03" y="240.03" />
            </Array>
          </mxGeometry>
        </mxCell>
        <mxCell id="gUlQ52oibdo8bB1fHUDe-4" parent="1" style="ellipse;whiteSpace=wrap;html=1;" value="RD_DATA_PHASE" vertex="1">
          <mxGeometry height="80" width="120" x="200" y="520" as="geometry" />
        </mxCell>
        <mxCell id="8WBKzOnGMAMBHIHuB8Qa-3" edge="1" parent="1" source="gUlQ52oibdo8bB1fHUDe-5" style="edgeStyle=orthogonalEdgeStyle;rounded=0;orthogonalLoop=1;jettySize=auto;html=1;" target="gUlQ52oibdo8bB1fHUDe-4" value="">
          <mxGeometry relative="1" as="geometry" />
        </mxCell>
        <mxCell id="gUlQ52oibdo8bB1fHUDe-5" parent="1" style="ellipse;whiteSpace=wrap;html=1;" value="RD_ADDR_PHASE" vertex="1">
          <mxGeometry height="80" width="120" x="200" y="360" as="geometry" />
        </mxCell>
        <mxCell id="gUlQ52oibdo8bB1fHUDe-9" parent="1" style="ellipse;whiteSpace=wrap;html=1;" value="WAIT_STATE" vertex="1">
          <mxGeometry height="80" width="120" x="440" y="520" as="geometry" />
        </mxCell>
        <mxCell id="8WBKzOnGMAMBHIHuB8Qa-1" edge="1" parent="1" source="gUlQ52oibdo8bB1fHUDe-5" style="endArrow=classic;html=1;rounded=0;entryX=0;entryY=0;entryDx=0;entryDy=0;exitX=1;exitY=1;exitDx=0;exitDy=0;" target="gUlQ52oibdo8bB1fHUDe-9" value="">
          <mxGeometry height="50" relative="1" width="50" as="geometry">
            <mxPoint x="350" y="490" as="sourcePoint" />
            <mxPoint x="400" y="440" as="targetPoint" />
          </mxGeometry>
        </mxCell>
        <mxCell id="8WBKzOnGMAMBHIHuB8Qa-5" edge="1" parent="1" source="gUlQ52oibdo8bB1fHUDe-3" style="endArrow=classic;html=1;rounded=0;exitX=0;exitY=0;exitDx=0;exitDy=0;entryX=1;entryY=1;entryDx=0;entryDy=0;" target="gUlQ52oibdo8bB1fHUDe-1" value="">
          <mxGeometry height="50" relative="1" width="50" as="geometry">
            <mxPoint x="370" y="340" as="sourcePoint" />
            <mxPoint x="420" y="290" as="targetPoint" />
          </mxGeometry>
        </mxCell>
      </root>
    </mxGraphModel>
  </diagram>
</mxfile>
